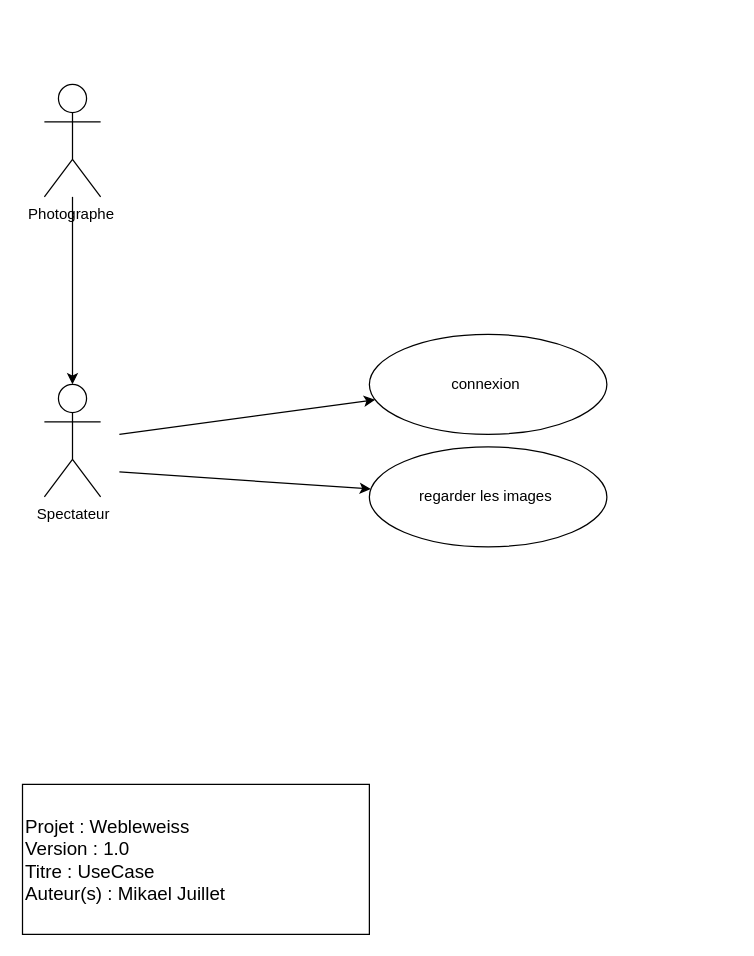
NicolasGlassey/PROJWEB_WEBELWEISS keeps this draw.io diagram as Documentation/UseCase/UseCase.drawio. Above is the earlier version. Source tidied: cells renumbered, new cells numbered last; positions are measured from the earlier drawing's top-left corner, leaving out a move shared by most shapes. Both pictures are drawn from the tidied source at 125%, with x=0, y=0 at pixel (21, 84).
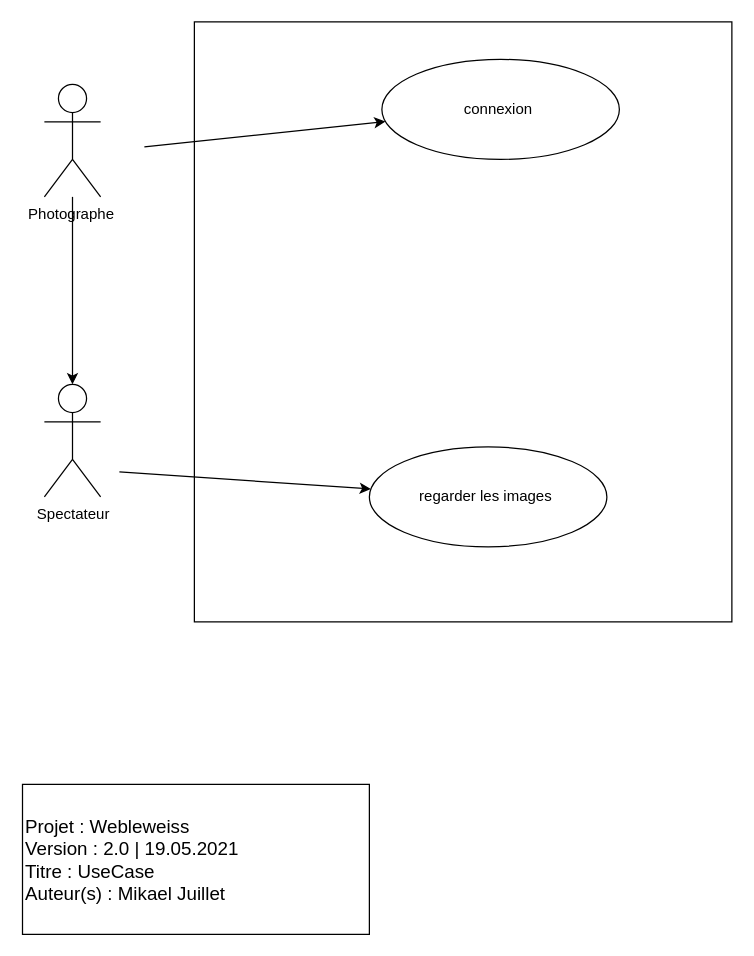
The same page after the edit.

Change to the diagram source:
```diff
@@
 <mxGraphModel>
   <root>
     <mxCell id="0" />
     <mxCell id="1" parent="0" />
     <mxCell id="2" style="edgeStyle=orthogonalEdgeStyle;rounded=0;jettySize=auto;html=1;" parent="1" edge="1" source="3" target="4">
       <mxGeometry relative="1" as="geometry" />
     </mxCell>
     <mxCell id="3" value="Photographe&amp;nbsp;" style="shape=umlActor;verticalLabelPosition=bottom;verticalAlign=top;html=1;outlineConnect=0;" parent="1" vertex="1">
       <mxGeometry x="18" width="45" height="90" as="geometry" />
     </mxCell>
     <mxCell id="4" value="Spectateur" style="shape=umlActor;verticalLabelPosition=bottom;verticalAlign=top;html=1;outlineConnect=0;" parent="1" vertex="1">
       <mxGeometry x="18" y="240" width="45" height="90" as="geometry" />
     </mxCell>
     <mxCell id="5" style="endArrow=classic;html=1;" parent="1" edge="1" target="6">
       <mxGeometry relative="1" as="geometry">
         <mxPoint x="78" y="310" as="sourcePoint" />
       </mxGeometry>
     </mxCell>
     <mxCell id="6" value="regarder les images&amp;nbsp;" style="ellipse;whiteSpace=wrap;html=1;" parent="1" vertex="1">
       <mxGeometry x="278" y="290" width="190" height="80" as="geometry" />
     </mxCell>
     <mxCell id="7" style="endArrow=classic;html=1;" parent="1" edge="1" target="8">
       <mxGeometry relative="1" as="geometry">
-        <mxPoint x="78" y="280" as="sourcePoint" />
+        <mxPoint x="98" y="50" as="sourcePoint" />
       </mxGeometry>
     </mxCell>
     <mxCell id="8" value="connexion&amp;nbsp;" style="ellipse;whiteSpace=wrap;html=1;" parent="1" vertex="1">
-      <mxGeometry x="278" y="200" width="190" height="80" as="geometry" />
+      <mxGeometry x="288" y="-20" width="190" height="80" as="geometry" />
     </mxCell>
-    <mxCell id="9" value="&lt;div style=&quot;font-size: 15px&quot;&gt;Projet : Webleweiss&lt;/div&gt;&lt;div style=&quot;font-size: 15px&quot;&gt;Version : 1.0&lt;/div&gt;&lt;div style=&quot;font-size: 15px&quot;&gt;Titre : UseCase&lt;/div&gt;&lt;div style=&quot;font-size: 15px&quot;&gt;Auteur(s) : Mikael Juillet&amp;nbsp;&lt;/div&gt;" style="rounded=0;whiteSpace=wrap;html=1;align=left;" parent="1" vertex="1">
+    <mxCell id="9" value="&lt;div style=&quot;font-size: 15px&quot;&gt;Projet : Webleweiss&lt;/div&gt;&lt;div style=&quot;font-size: 15px&quot;&gt;Version : 2.0 | 19.05.2021&lt;/div&gt;&lt;div style=&quot;font-size: 15px&quot;&gt;Titre : UseCase&lt;/div&gt;&lt;div style=&quot;font-size: 15px&quot;&gt;Auteur(s) : Mikael Juillet&amp;nbsp;&lt;/div&gt;" style="rounded=0;whiteSpace=wrap;html=1;align=left;" parent="1" vertex="1">
       <mxGeometry x="0.5" y="560" width="277.5" height="120" as="geometry" />
     </mxCell>
+    <mxCell id="10" style="rounded=0;whiteSpace=wrap;html=1;fillColor=none;" parent="1" vertex="1">
+      <mxGeometry x="138" y="-50" width="430" height="480" as="geometry" />
+    </mxCell>
   </root>
 </mxGraphModel>
```
